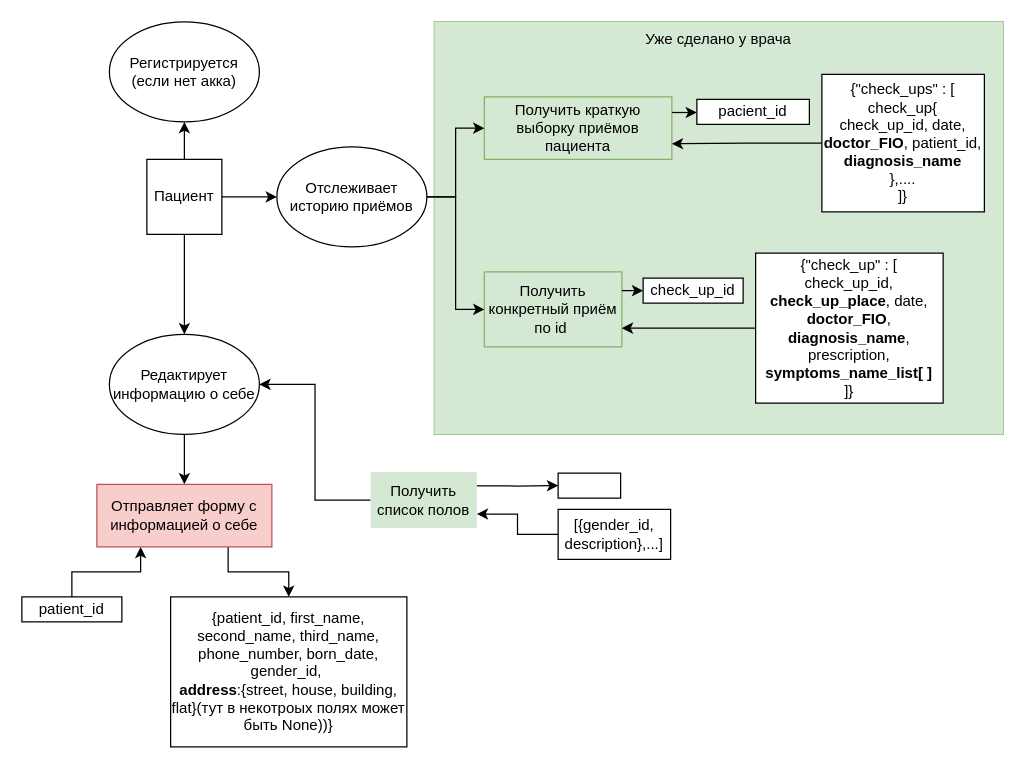
The draw.io diagram page "Пациент" (3 of 4) of Требования к проекту.drawio in Rubelewaskes/Hospital, before the edit. Source tidied: cells renumbered, new cells numbered last; positions are measured from the earlier drawing's top-left corner, leaving out a move shared by most shapes. Both pictures are drawn from the tidied source at 125%, with x=0, y=0 at pixel (21, 21).
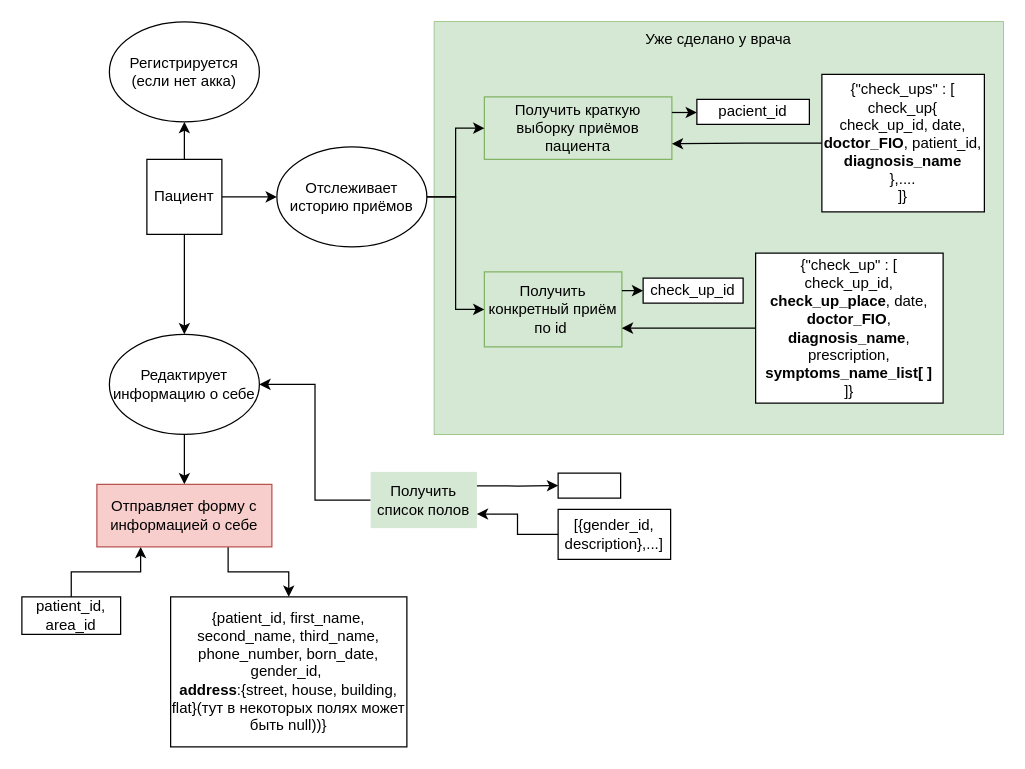
After the change.

Diff of the diagram source:
```diff
@@
-    <mxCell id="24" value="{patient_id, first_name, second_name, third_name, phone_number, born_date,&lt;br&gt;gender_id,&amp;nbsp;&lt;br&gt;&lt;b&gt;address&lt;/b&gt;:{street, house, building, flat}(тут в некотроых полях может быть None))}" style="rounded=0;whiteSpace=wrap;html=1;strokeColor=default;fillColor=none;" parent="1" vertex="1">
+    <mxCell id="24" value="{patient_id, first_name, second_name, third_name, phone_number, born_date,&lt;br&gt;gender_id,&amp;nbsp;&lt;br&gt;&lt;b&gt;address&lt;/b&gt;:{street, house, building, flat}(тут в некоторых полях может быть null))}" style="rounded=0;whiteSpace=wrap;html=1;strokeColor=default;fillColor=none;" parent="1" vertex="1">
       <mxGeometry x="119" y="460" width="189" height="120" as="geometry" />
     </mxCell>
@@
-    <mxCell id="26" value="patient_id" style="rounded=0;whiteSpace=wrap;html=1;strokeColor=default;fillColor=none;" parent="1" vertex="1">
-      <mxGeometry y="460" width="80" height="20" as="geometry" />
+    <mxCell id="26" value="patient_id,&lt;br&gt;area_id" style="rounded=0;whiteSpace=wrap;html=1;strokeColor=default;fillColor=none;" parent="1" vertex="1">
+      <mxGeometry y="460" width="79" height="30" as="geometry" />
     </mxCell>
```
